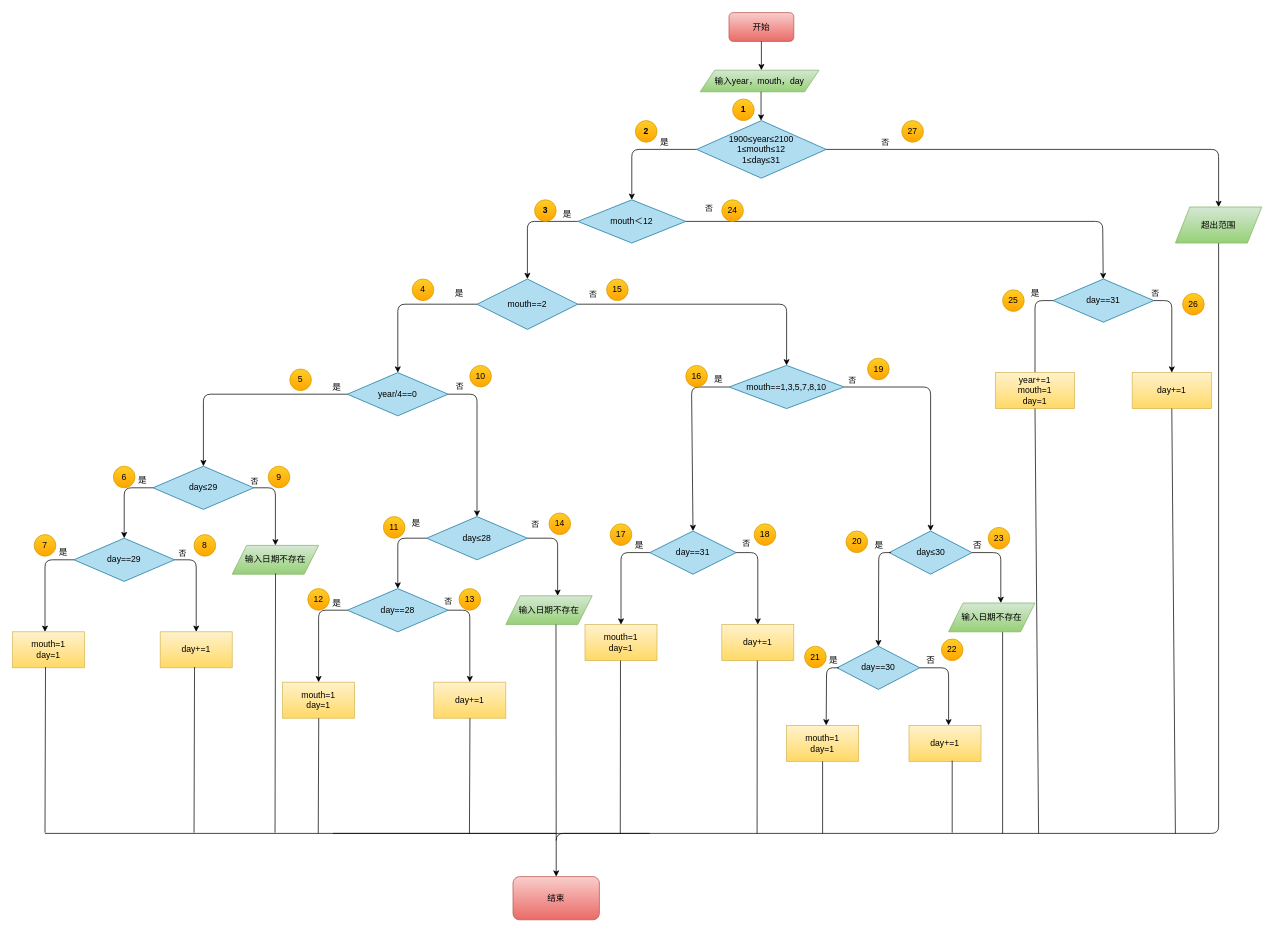
Before: HelloGit/src/main/resources/Untitled Diagram.drawio in YUQILove/RepoOne, a draw.io diagram. Source tidied: cells renumbered, new cells numbered last; positions are measured from the earlier drawing's top-left corner, leaving out a move shared by most shapes. Both pictures are drawn from the tidied source at 72%, with x=0, y=0 at pixel (12, 12).
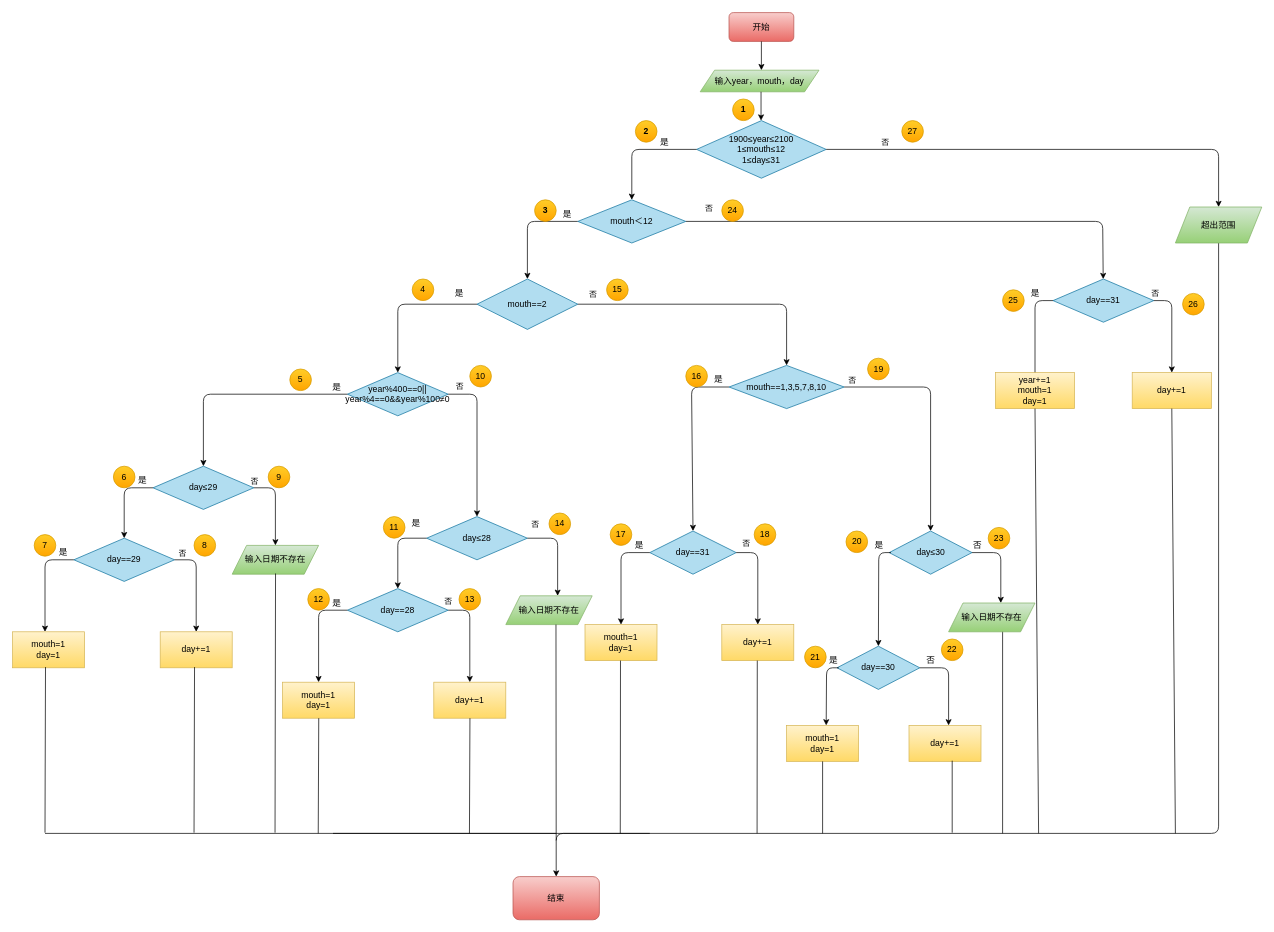
After the change.

Diff of the diagram source:
```diff
@@
-    <mxCell id="17" value="year/4==0" style="rhombus;whiteSpace=wrap;html=1;fillColor=#b1ddf0;strokeColor=#10739e;" parent="1" vertex="1">
+    <mxCell id="17" value="year%400==0||&lt;br&gt;year%4==0&amp;amp;&amp;amp;year%100≠0" style="rhombus;whiteSpace=wrap;html=1;fillColor=#b1ddf0;strokeColor=#10739e;" parent="1" vertex="1">
       <mxGeometry x="465" y="500" width="140" height="60" as="geometry" />
     </mxCell>
```
